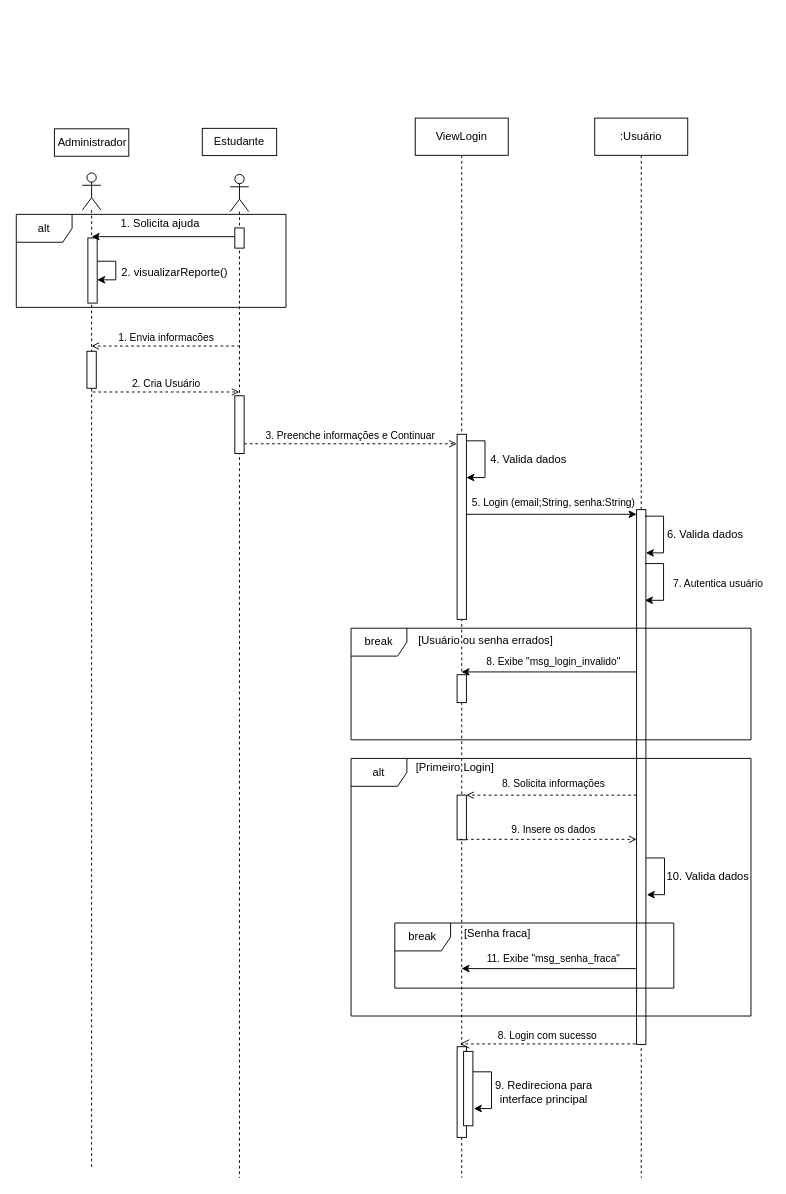
Earlier version of the draw.io diagram DiagramaSequencia.drawio (augustorazani/QENEM-UML-Diagram). Source tidied: cells renumbered, new cells numbered last; positions are measured from the earlier drawing's top-left corner, leaving out a move shared by most shapes. Both pictures are drawn from the tidied source at 93%, with x=0, y=0 at pixel (16, 16).
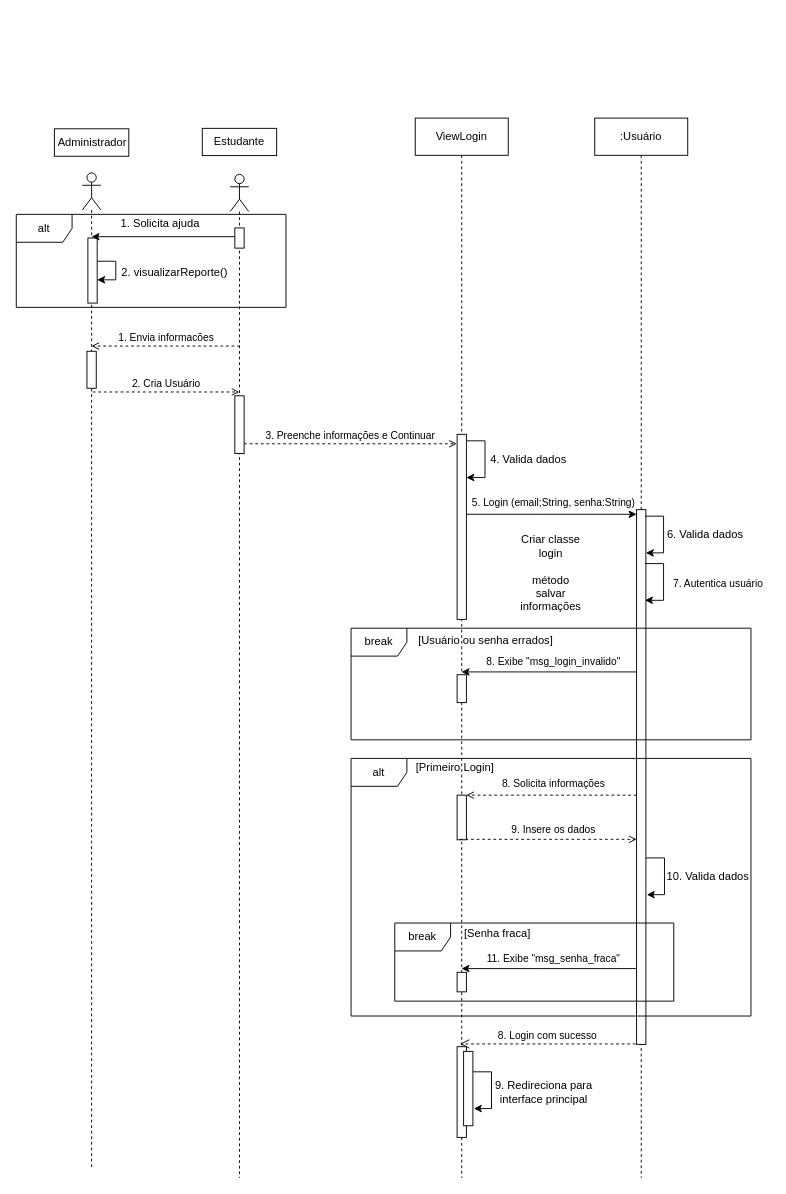
The same page after the edit.

What changed in the source:
```diff
@@
     <mxCell id="49" value="break" style="shape=umlFrame;whiteSpace=wrap;html=1;" parent="1" vertex="1">
-      <mxGeometry x="407" y="975" width="300" height="70" as="geometry" />
+      <mxGeometry x="407" y="975" width="300" height="84" as="geometry" />
     </mxCell>
@@
+    <mxCell id="58" value="Criar classe login&lt;div&gt;&lt;br&gt;&lt;/div&gt;&lt;div&gt;método salvar informações&lt;/div&gt;" style="text;html=1;align=center;verticalAlign=middle;whiteSpace=wrap;rounded=0;" parent="1" vertex="1">
+      <mxGeometry x="545" y="584" width="60" height="30" as="geometry" />
+    </mxCell>
+    <mxCell id="59" style="html=1;perimeter=orthogonalPerimeter;targetShapes=umlLifeline;newEdgeStyle={&quot;curved&quot;:0,&quot;rounded&quot;:0};" parent="1" vertex="1">
+      <mxGeometry x="474" y="1028" width="10" height="21" as="geometry" />
+    </mxCell>
```
